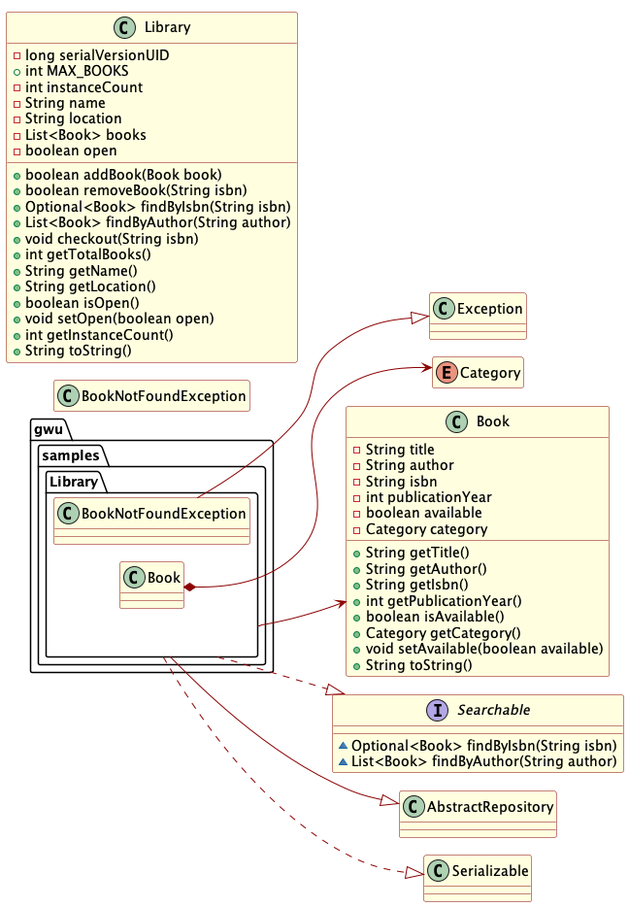
The PlantUML diagram output/class-diagram.png in HetalLad/REJD, before a commit.
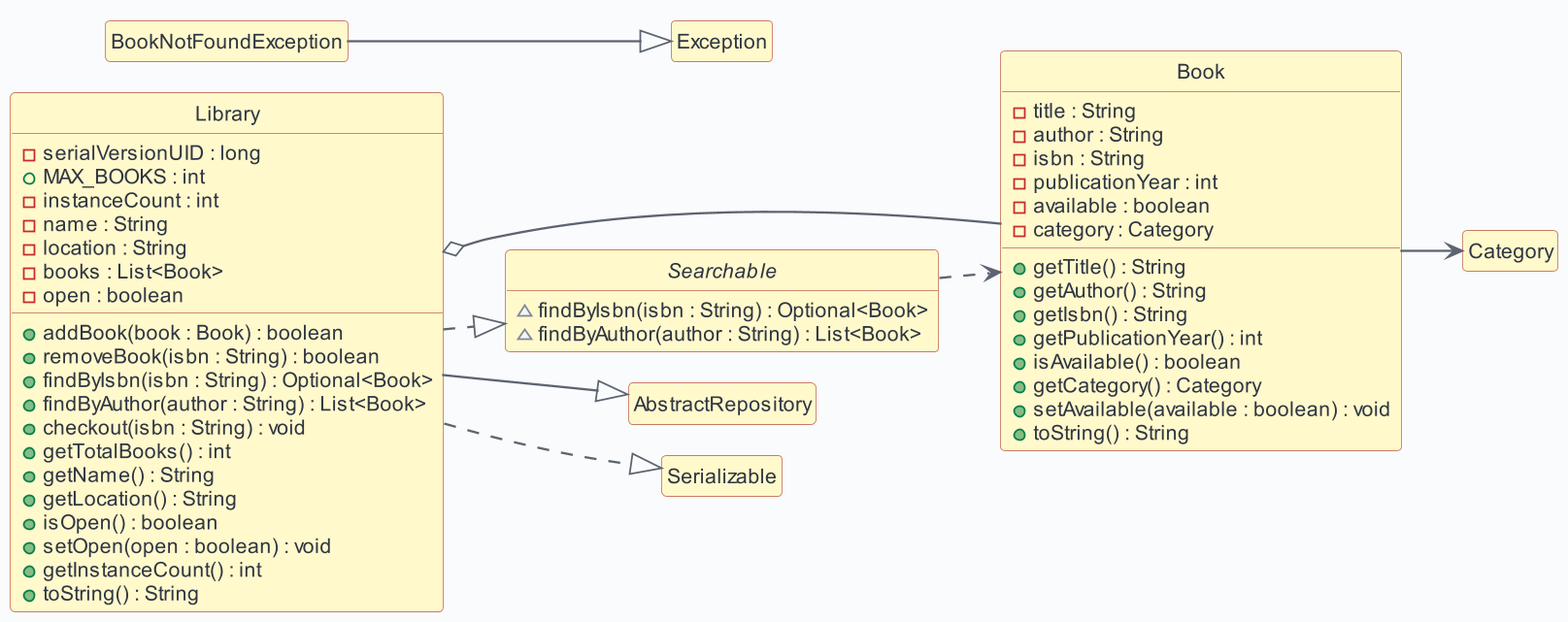
The same file after the commit.

What changed in the source:
```diff
@@ -1,65 +1,94 @@
 @startuml
 !pragma layout smetana
+left to right direction
+skinparam linetype ortho
 
-left to right direction
+skinparam shadowing false
+skinparam dpi 170
+skinparam backgroundColor #FAFBFC
+skinparam defaultFontName Arial
+skinparam defaultFontSize 13
+skinparam ArrowColor #5B6470
+skinparam ArrowThickness 1.3
 
-skinparam classBackgroundColor lightyellow
-skinparam classBorderColor darkred
-skinparam classArrowColor darkred
+skinparam class {
+  BackgroundColor #FFF9CC
+  BorderColor #C97B63
+  ArrowColor #5B6470
+  FontColor #2F3542
+  FontSize 13
+  AttributeFontColor #2F3542
+  AttributeFontSize 12
+  StereotypeFontColor #5C6370
+  StereotypeFontSize 11
+}
+
+skinparam package {
+  BackgroundColor #F4F5F7
+  BorderColor #7E8794
+  FontColor #2F3542
+}
+
+hide circle
+hide empty fields
+hide empty methods
 
 enum Category {
 }
-hide Category members
+
 class BookNotFoundException {
 }
-hide BookNotFoundException members
+
 class Book {
-  -String title
-  -String author
-  -String isbn
-  -int publicationYear
-  -boolean available
-  -Category category
-  +String getTitle()
-  +String getAuthor()
-  +String getIsbn()
-  +int getPublicationYear()
-  +boolean isAvailable()
-  +Category getCategory()
-  +void setAvailable(boolean available)
-  +String toString()
-}
-interface Searchable {
-  ~Optional<Book> findByIsbn(String isbn)
-  ~List<Book> findByAuthor(String author)
-}
-class Library {
-  -long serialVersionUID
-  +int MAX_BOOKS
-  -int instanceCount
-  -String name
-  -String location
-  -List<Book> books
-  -boolean open
-  +boolean addBook(Book book)
-  +boolean removeBook(String isbn)
-  +Optional<Book> findByIsbn(String isbn)
-  +List<Book> findByAuthor(String author)
-  +void checkout(String isbn)
-  +int getTotalBooks()
-  +String getName()
-  +String getLocation()
-  +boolean isOpen()
-  +void setOpen(boolean open)
-  +int getInstanceCount()
-  +String toString()
+  -title : String
+  -author : String
+  -isbn : String
+  -publicationYear : int
+  -available : boolean
+  -category : Category
+  +getTitle() : String
+  +getAuthor() : String
+  +getIsbn() : String
+  +getPublicationYear() : int
+  +isAvailable() : boolean
+  +getCategory() : Category
+  +setAvailable(available : boolean) : void
+  +toString() : String
 }
 
-gwu.samples.Library.BookNotFoundException --|> Exception
-gwu.samples.Library.Book *--> Category
-gwu.samples.Library --|> AbstractRepository
-gwu.samples.Library ..|> Searchable
-gwu.samples.Library ..|> Serializable
-gwu.samples.Library --> Book
+interface Searchable {
+  ~findByIsbn(isbn : String) : Optional<Book>
+  ~findByAuthor(author : String) : List<Book>
+}
+
+class Library {
+  -serialVersionUID : long
+  +MAX_BOOKS : int
+  -instanceCount : int
+  -name : String
+  -location : String
+  -books : List<Book>
+  -open : boolean
+  +addBook(book : Book) : boolean
+  +removeBook(isbn : String) : boolean
+  +findByIsbn(isbn : String) : Optional<Book>
+  +findByAuthor(author : String) : List<Book>
+  +checkout(isbn : String) : void
+  +getTotalBooks() : int
+  +getName() : String
+  +getLocation() : String
+  +isOpen() : boolean
+  +setOpen(open : boolean) : void
+  +getInstanceCount() : int
+  +toString() : String
+}
+
+BookNotFoundException --|> Exception
+Book --> Category
+Searchable ..> Book
+Library --|> AbstractRepository
+Library ..|> Searchable
+Library ..|> Serializable
+Library o-- Book
 
 @enduml
```
